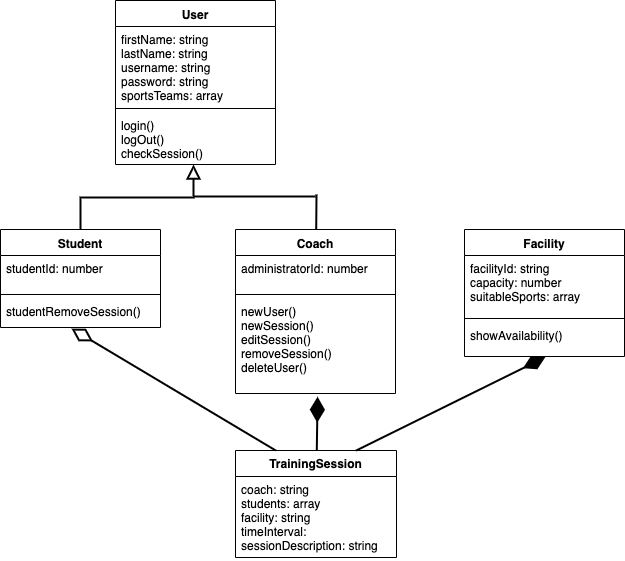
The draw.io diagram pictures/UML.png in hussainrafi/Singapore, before a commit. Source tidied: cells renumbered, new cells last; positions are measured from the earlier drawing's top-left corner, leaving out a move shared by most shapes.
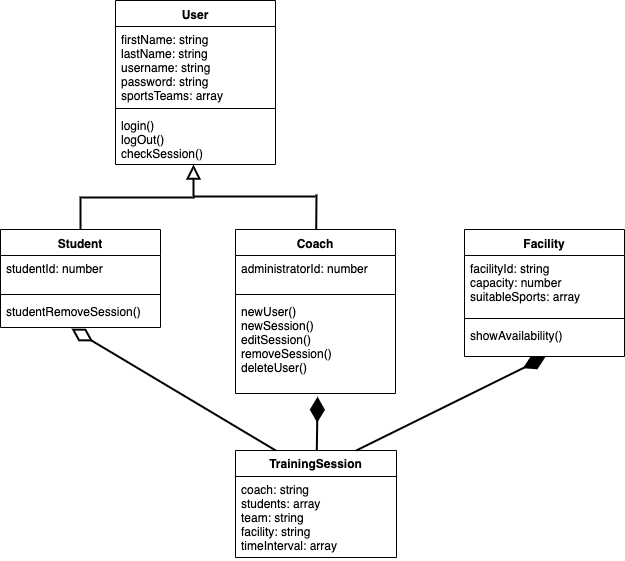
The same diagram one commit later.

Commit message:
opdateret UML

The edit, as a diff of the source:
```diff
@@ -65,7 +65,7 @@
     <mxCell id="22" value="TrainingSession" style="swimlane;fontStyle=1;horizontal=1;startSize=26;fillColor=none;" parent="1" vertex="1">
       <mxGeometry x="235" y="450" width="161" height="107" as="geometry" />
     </mxCell>
-    <mxCell id="23" value="coach: string&#10;students: array&#10;facility: string&#10;timeInterval:&#10;sessionDescription: string" style="text;strokeColor=none;fillColor=none;align=left;verticalAlign=top;spacingLeft=4;spacingRight=4;overflow=hidden;" parent="22" vertex="1">
+    <mxCell id="23" value="coach: string&#10;students: array&#10;team: string&#10;facility: string&#10;timeInterval: array" style="text;strokeColor=none;fillColor=none;align=left;verticalAlign=top;spacingLeft=4;spacingRight=4;overflow=hidden;" parent="22" vertex="1">
       <mxGeometry y="26" width="161" height="81" as="geometry" />
     </mxCell>
     <mxCell id="24" style="endArrow=none;html=1;strokeWidth=2;" parent="1" edge="1">
```
